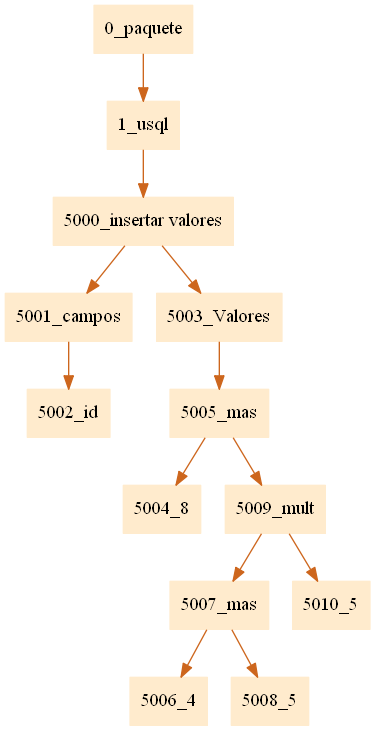
Above: pr1Compilarodores2/paquete.png in JamesMelgar/compi2javaccpr1 (Graphviz), before the change. Its source is kept beside it as pr1Compilarodores2/paquete.dot.
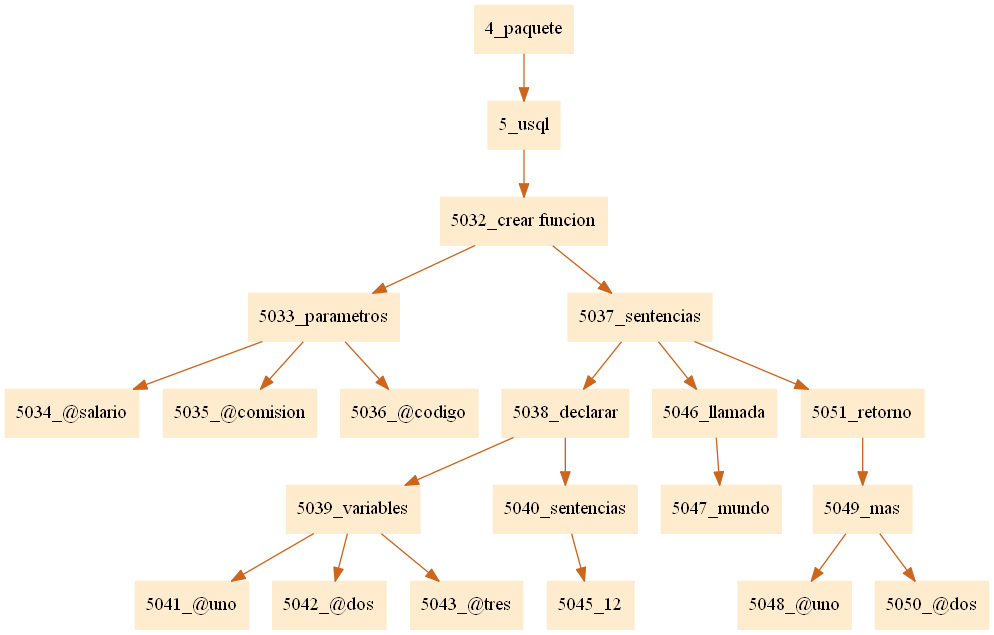
The same file after the commit.

Commit message:
asignacion, retorno y declaracion arbol

Diff of the diagram source:
```diff
@@ -1,5 +1,5 @@
 digraph G {node[shape=box, style=filled, color=blanchedalmond]; edge[color=chocolate3];rankdir=UD
 
-"0_paquete"->"1_usql""1_usql"->"5000_insertar valores""5000_insertar valores"->"5001_campos""5001_campos"->"5002_id""5000_insertar valores"->"5003_Valores""5003_Valores"->"5005_mas""5005_mas"->"5004_8""5005_mas"->"5009_mult""5009_mult"->"5007_mas""5007_mas"->"5006_4""5007_mas"->"5008_5""5009_mult"->"5010_5"
+"4_paquete"->"5_usql""5_usql"->"5032_crear funcion""5032_crear funcion"->"5033_parametros""5033_parametros"->"5034_@salario""5033_parametros"->"5035_@comision""5033_parametros"->"5036_@codigo""5032_crear funcion"->"5037_sentencias""5037_sentencias"->"5038_declarar""5038_declarar"->"5039_variables""5039_variables"->"5041_@uno""5039_variables"->"5042_@dos""5039_variables"->"5043_@tres""5038_declarar"->"5040_sentencias""5040_sentencias"->"5045_12""5037_sentencias"->"5046_llamada""5046_llamada"->"5047_mundo""5037_sentencias"->"5051_retorno""5051_retorno"->"5049_mas""5049_mas"->"5048_@uno""5049_mas"->"5050_@dos"
 
 }
```
